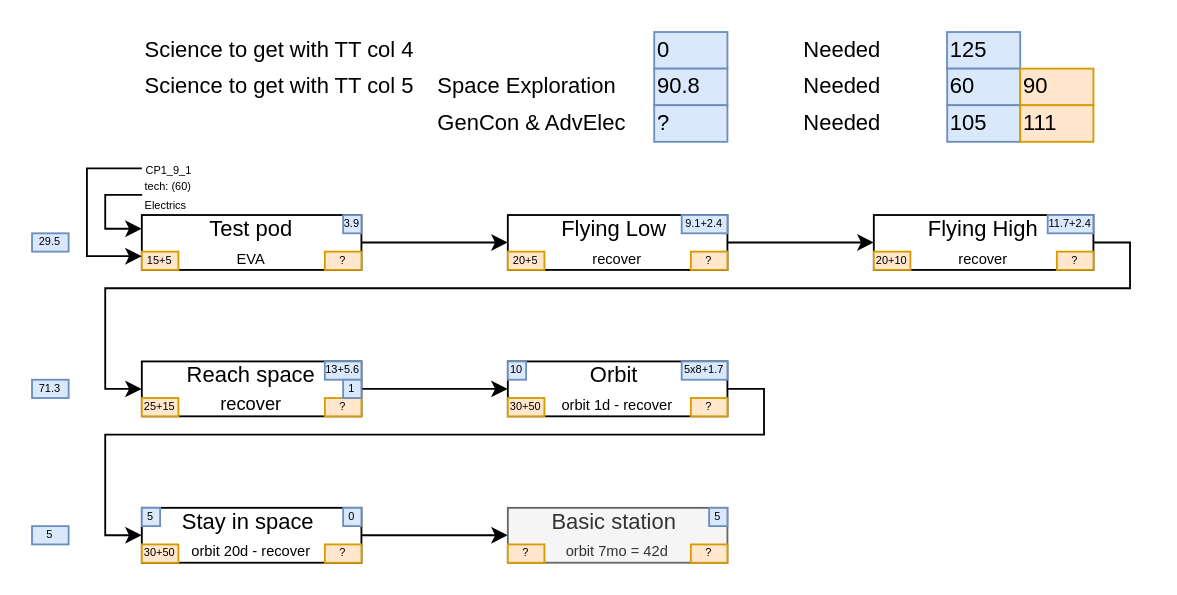
Above: doc/CP3 contracts.drawio in SaphireFalcon/real_career (draw.io), before the change. Source tidied: cells renumbered, new cells numbered last; positions are measured from the earlier drawing's top-left corner, leaving out a move shared by most shapes. Both pictures are drawn from the tidied source at 183%, with x=0, y=0 at pixel (31, 31).
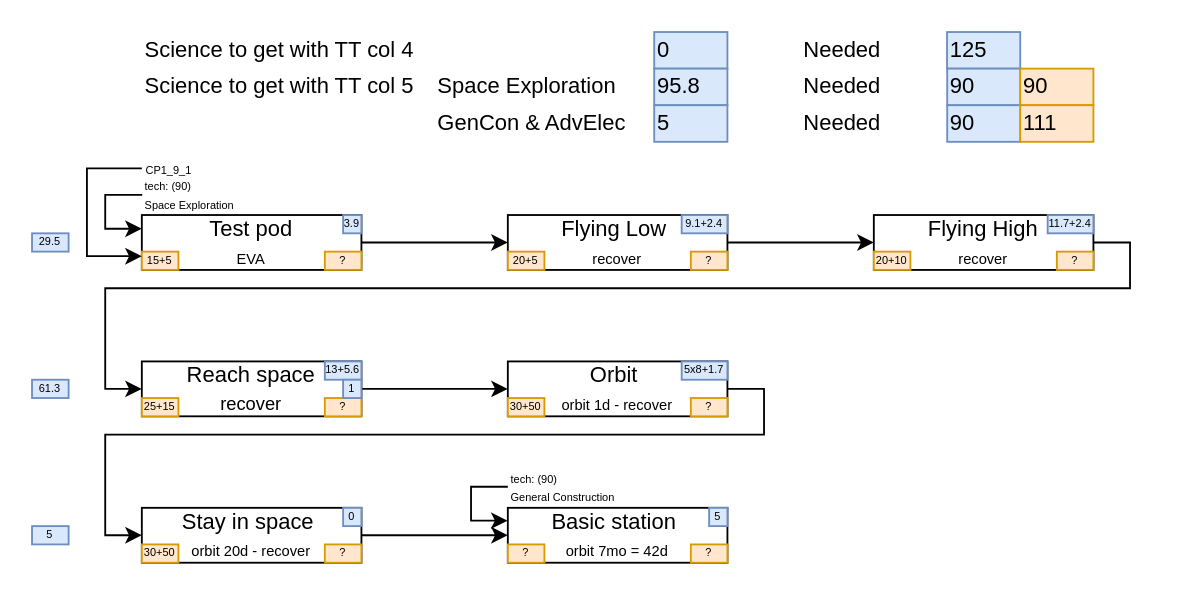
The same page after the edit.

What changed in the source:
```diff
@@
-    <mxCell id="13" value="&lt;font style=&quot;line-height: 100% ; font-size: 6px&quot;&gt;&lt;font style=&quot;font-size: 6px&quot;&gt;tech: (60)&lt;br&gt;&lt;/font&gt;Electrics&lt;br&gt;&lt;/font&gt;" style="text;html=1;align=left;verticalAlign=middle;whiteSpace=wrap;rounded=0;fontSize=8;spacing=2;" parent="1" vertex="1">
+    <mxCell id="13" value="&lt;font style=&quot;line-height: 100% ; font-size: 6px&quot;&gt;&lt;font style=&quot;font-size: 6px&quot;&gt;tech: (90)&lt;br&gt;&lt;/font&gt;Space Exploration&lt;br&gt;&lt;/font&gt;" style="text;html=1;align=left;verticalAlign=middle;whiteSpace=wrap;rounded=0;fontSize=8;spacing=2;" parent="1" vertex="1">
       <mxGeometry x="60.2" y="79" width="60.1" height="20" as="geometry" />
     </mxCell>
@@
-    <mxCell id="36" value="Basic station&amp;nbsp;&lt;br&gt;&lt;span style=&quot;font-size: 8px&quot;&gt;orbit 7mo = 42d&lt;/span&gt;" style="rounded=0;whiteSpace=wrap;html=1;fillColor=#f5f5f5;strokeColor=#666666;fontColor=#333333;" parent="1" vertex="1">
+    <mxCell id="36" value="Basic station&amp;nbsp;&lt;br&gt;&lt;span style=&quot;font-size: 8px&quot;&gt;orbit 7mo = 42d&lt;/span&gt;" style="rounded=0;whiteSpace=wrap;html=1;" parent="1" vertex="1">
       <mxGeometry x="260" y="260" width="120" height="30" as="geometry" />
     </mxCell>
@@
-    <mxCell id="43" value="90.8" style="text;html=1;strokeColor=#6c8ebf;fillColor=#dae8fc;align=left;verticalAlign=middle;whiteSpace=wrap;rounded=0;" parent="1" vertex="1">
+    <mxCell id="43" value="95.8" style="text;html=1;strokeColor=#6c8ebf;fillColor=#dae8fc;align=left;verticalAlign=middle;whiteSpace=wrap;rounded=0;" parent="1" vertex="1">
       <mxGeometry x="340" y="20" width="40" height="20" as="geometry" />
     </mxCell>
@@
-    <mxCell id="47" value="60" style="text;html=1;strokeColor=#6c8ebf;fillColor=#dae8fc;align=left;verticalAlign=middle;whiteSpace=wrap;rounded=0;" parent="1" vertex="1">
+    <mxCell id="47" value="90" style="text;html=1;strokeColor=#6c8ebf;fillColor=#dae8fc;align=left;verticalAlign=middle;whiteSpace=wrap;rounded=0;" parent="1" vertex="1">
       <mxGeometry x="500.1" y="20" width="40" height="20" as="geometry" />
     </mxCell>
@@
-    <mxCell id="49" value="71.3" style="text;html=1;strokeColor=#6c8ebf;fillColor=#dae8fc;align=center;verticalAlign=middle;whiteSpace=wrap;rounded=0;fontSize=6;" parent="1" vertex="1">
+    <mxCell id="49" value="61.3" style="text;html=1;strokeColor=#6c8ebf;fillColor=#dae8fc;align=center;verticalAlign=middle;whiteSpace=wrap;rounded=0;fontSize=6;" parent="1" vertex="1">
       <mxGeometry y="190" width="20" height="10" as="geometry" />
     </mxCell>
@@
-    <mxCell id="51" value="10" style="text;html=1;strokeColor=#6c8ebf;fillColor=#dae8fc;align=center;verticalAlign=middle;whiteSpace=wrap;rounded=0;fontSize=6;" parent="1" vertex="1">
-      <mxGeometry x="260" y="180" width="10" height="10" as="geometry" />
-    </mxCell>
-    <mxCell id="52" value="5" style="text;html=1;strokeColor=#6c8ebf;fillColor=#dae8fc;align=center;verticalAlign=middle;whiteSpace=wrap;rounded=0;fontSize=6;" parent="1" vertex="1">
-      <mxGeometry x="60" y="260" width="10" height="10" as="geometry" />
-    </mxCell>
@@
-    <mxCell id="57" value="?" style="text;html=1;strokeColor=#6c8ebf;fillColor=#dae8fc;align=left;verticalAlign=middle;whiteSpace=wrap;rounded=0;" parent="1" vertex="1">
+    <mxCell id="57" value="5" style="text;html=1;strokeColor=#6c8ebf;fillColor=#dae8fc;align=left;verticalAlign=middle;whiteSpace=wrap;rounded=0;" parent="1" vertex="1">
       <mxGeometry x="340" y="40" width="40" height="20" as="geometry" />
     </mxCell>
-    <mxCell id="58" value="105" style="text;html=1;strokeColor=#6c8ebf;fillColor=#dae8fc;align=left;verticalAlign=middle;whiteSpace=wrap;rounded=0;" parent="1" vertex="1">
+    <mxCell id="58" value="90" style="text;html=1;strokeColor=#6c8ebf;fillColor=#dae8fc;align=left;verticalAlign=middle;whiteSpace=wrap;rounded=0;" parent="1" vertex="1">
       <mxGeometry x="500.1" y="40" width="40" height="20" as="geometry" />
     </mxCell>
@@
+    <mxCell id="61" style="edgeStyle=orthogonalEdgeStyle;rounded=0;jettySize=auto;html=1;exitX=0;exitY=0.5;exitDx=0;exitDy=0;entryX=0;entryY=0.25;entryDx=0;entryDy=0;" parent="1" edge="1" source="62">
+      <mxGeometry relative="1" as="geometry">
+        <mxPoint x="259.9" y="267" as="targetPoint" />
+        <Array as="points">
+          <mxPoint x="239.9" y="248.5" />
+          <mxPoint x="239.9" y="267.5" />
+        </Array>
+      </mxGeometry>
+    </mxCell>
+    <mxCell id="62" value="&lt;font style=&quot;line-height: 100% ; font-size: 6px&quot;&gt;&lt;font style=&quot;font-size: 6px&quot;&gt;tech: (90)&lt;br&gt;&lt;/font&gt;General Construction&lt;br&gt;&lt;/font&gt;" style="text;html=1;align=left;verticalAlign=middle;whiteSpace=wrap;rounded=0;fontSize=8;spacing=2;" parent="1" vertex="1">
+      <mxGeometry x="260" y="238.5" width="110" height="20" as="geometry" />
+    </mxCell>
```
